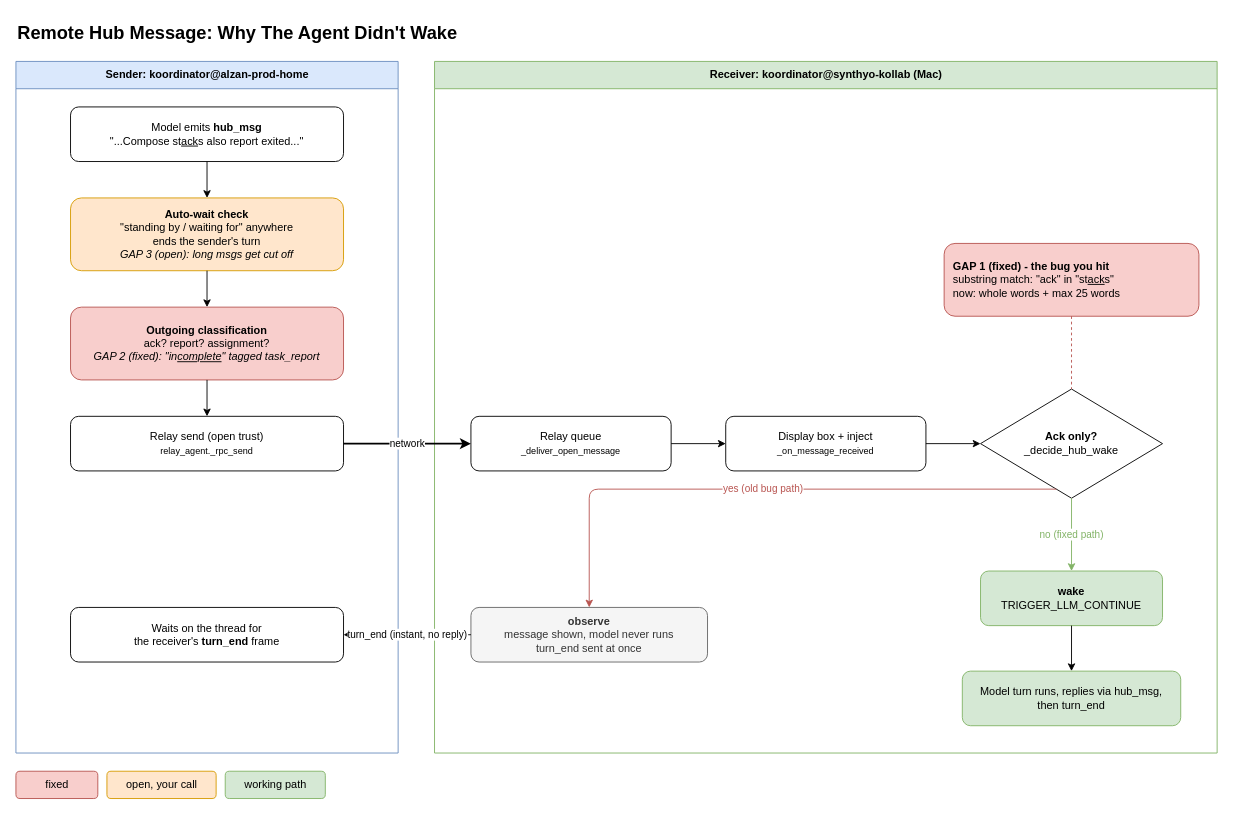
Earlier version of the draw.io diagram docs/diagrams/hub-wake-gaps.drawio (kollaborai/kollab). Source tidied: cells renumbered, new cells numbered last; positions are measured from the earlier drawing's top-left corner, leaving out a move shared by most shapes. Both pictures are drawn from the tidied source at 91%, with x=0, y=0 at pixel (15, 15).
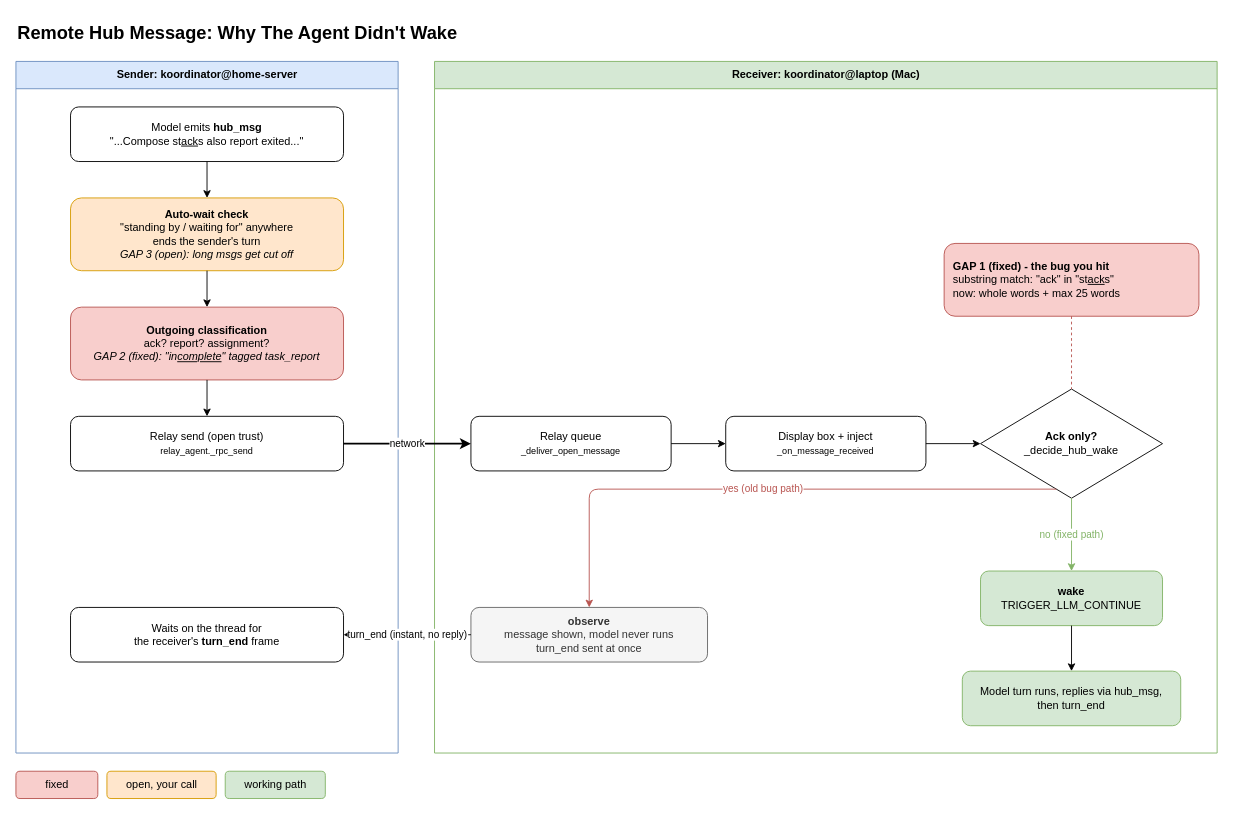
Above is the later version.

Commit message (it also covers changes not shown here):
Placeholders for private host names in the changelog, a diagram and two tests

What changed in the source:
```diff
@@
-    <mxCell id="3" value="Sender: koordinator@alzan-prod-home" style="swimlane;html=1;startSize=30;fillColor=#dae8fc;strokeColor=#6c8ebf;fontStyle=1;" parent="1" vertex="1">
+    <mxCell id="3" value="Sender: koordinator@home-server" style="swimlane;html=1;startSize=30;fillColor=#dae8fc;strokeColor=#6c8ebf;fontStyle=1;" parent="1" vertex="1">
       <mxGeometry y="50" width="420" height="760" as="geometry" />
     </mxCell>
-    <mxCell id="4" value="Receiver: koordinator@synthyo-kollab (Mac)" style="swimlane;html=1;startSize=30;fillColor=#d5e8d4;strokeColor=#82b366;fontStyle=1;" parent="1" vertex="1">
+    <mxCell id="4" value="Receiver: koordinator@laptop (Mac)" style="swimlane;html=1;startSize=30;fillColor=#d5e8d4;strokeColor=#82b366;fontStyle=1;" parent="1" vertex="1">
       <mxGeometry x="460" y="50" width="860" height="760" as="geometry" />
     </mxCell>
```
